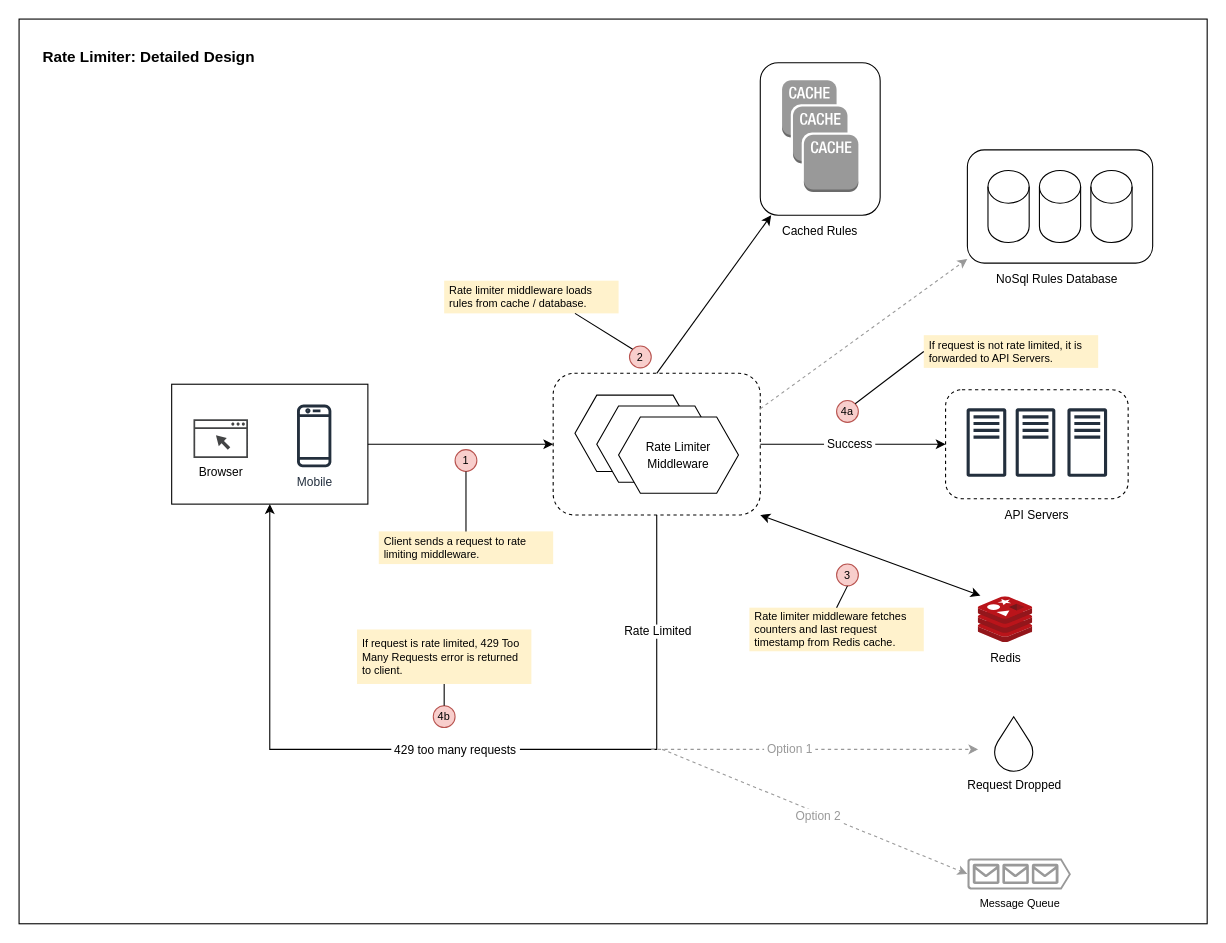
Above: rate-limiter/rate.limiter.detailed.drawio in mpolizzotti/system-design (draw.io), before the change. Source tidied: cells renumbered, new cells numbered last; positions are measured from the earlier drawing's top-left corner, leaving out a move shared by most shapes. Both pictures are drawn from the tidied source at 109%, with x=0, y=0 at pixel (19, 19).
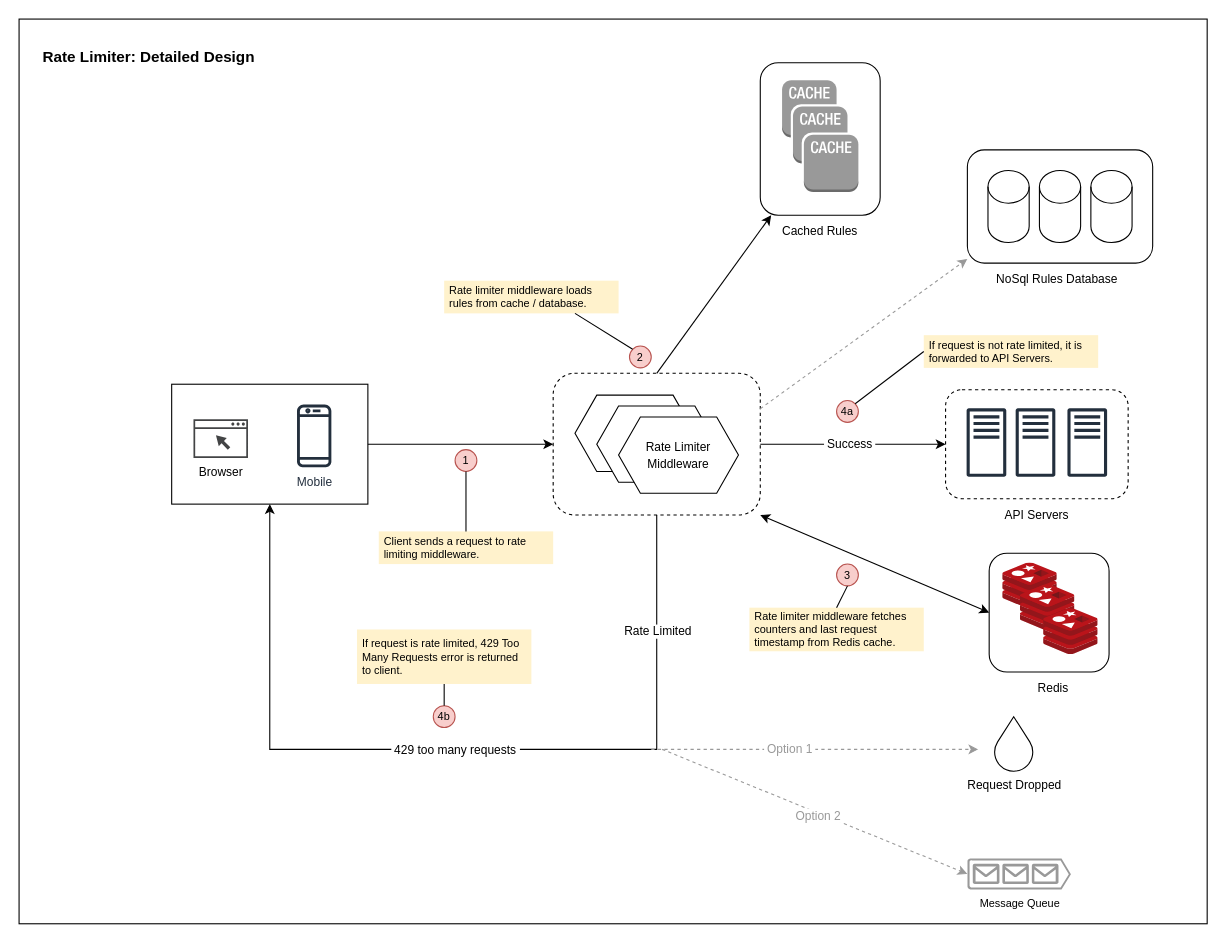
The same page after the edit.

Commit message (it also covers changes not shown here):
add redis cluster to diagram

Unchanged cells that the change refers to:
```xml
<mxCell id="10" style="rounded=1;whiteSpace=wrap;html=1;fontSize=11;dashed=1;" parent="9" vertex="1">
  <mxGeometry width="190" height="130" as="geometry" />
</mxCell>
```

The edit, as a diff of the source:
```diff
@@
-    <mxCell id="8" value="&lt;font style=&quot;font-size: 11px;&quot;&gt;Redis&lt;/font&gt;" style="sketch=0;html=1;points=[];align=center;image;fontSize=12;image=img/lib/mscae/Cache_Redis_Product.svg;hachureGap=4;imageBackground=none;" parent="3" vertex="1">
-      <mxGeometry x="880" y="530" width="50" height="42" as="geometry" />
-    </mxCell>
@@
-    <mxCell id="24" style="endArrow=classic;startArrow=classic;html=1;rounded=0;fontSize=11;entryX=0.04;entryY=-0.024;entryDx=0;entryDy=0;entryPerimeter=0;exitX=1;exitY=1;exitDx=0;exitDy=0;" parent="3" edge="1" source="10" target="8">
+    <mxCell id="24" style="endArrow=classic;startArrow=classic;html=1;rounded=0;fontSize=11;entryX=0;entryY=0.5;entryDx=0;entryDy=0;exitX=1;exitY=1;exitDx=0;exitDy=0;" parent="3" edge="1" source="10" target="74">
       <mxGeometry relative="1" as="geometry" />
     </mxCell>
@@
+    <mxCell id="74" style="rounded=1;whiteSpace=wrap;html=1;" parent="3" vertex="1">
+      <mxGeometry x="890" y="490" width="110" height="109" as="geometry" />
+    </mxCell>
+    <mxCell id="75" style="sketch=0;html=1;align=center;image;fontSize=12;image=img/lib/mscae/Cache_Redis_Product.svg;hachureGap=4;imageBackground=none;" parent="3" vertex="1">
+      <mxGeometry x="902.5" y="499" width="50" height="42" as="geometry" />
+    </mxCell>
+    <mxCell id="76" style="sketch=0;html=1;align=center;image;fontSize=12;image=img/lib/mscae/Cache_Redis_Product.svg;hachureGap=4;imageBackground=none;" parent="3" vertex="1">
+      <mxGeometry x="918.7" y="519" width="50" height="42" as="geometry" />
+    </mxCell>
+    <mxCell id="77" style="sketch=0;html=1;align=center;image;fontSize=12;image=img/lib/mscae/Cache_Redis_Product.svg;hachureGap=4;imageBackground=none;" parent="3" vertex="1">
+      <mxGeometry x="940" y="541" width="50" height="42" as="geometry" />
+    </mxCell>
+    <mxCell id="8" value="&lt;font style=&quot;font-size: 11px;&quot;&gt;Redis&lt;/font&gt;" style="text;html=1;strokeColor=none;fillColor=none;align=center;verticalAlign=middle;whiteSpace=wrap;rounded=0;" parent="3" vertex="1">
+      <mxGeometry x="918.7" y="599" width="60" height="30" as="geometry" />
+    </mxCell>
```
